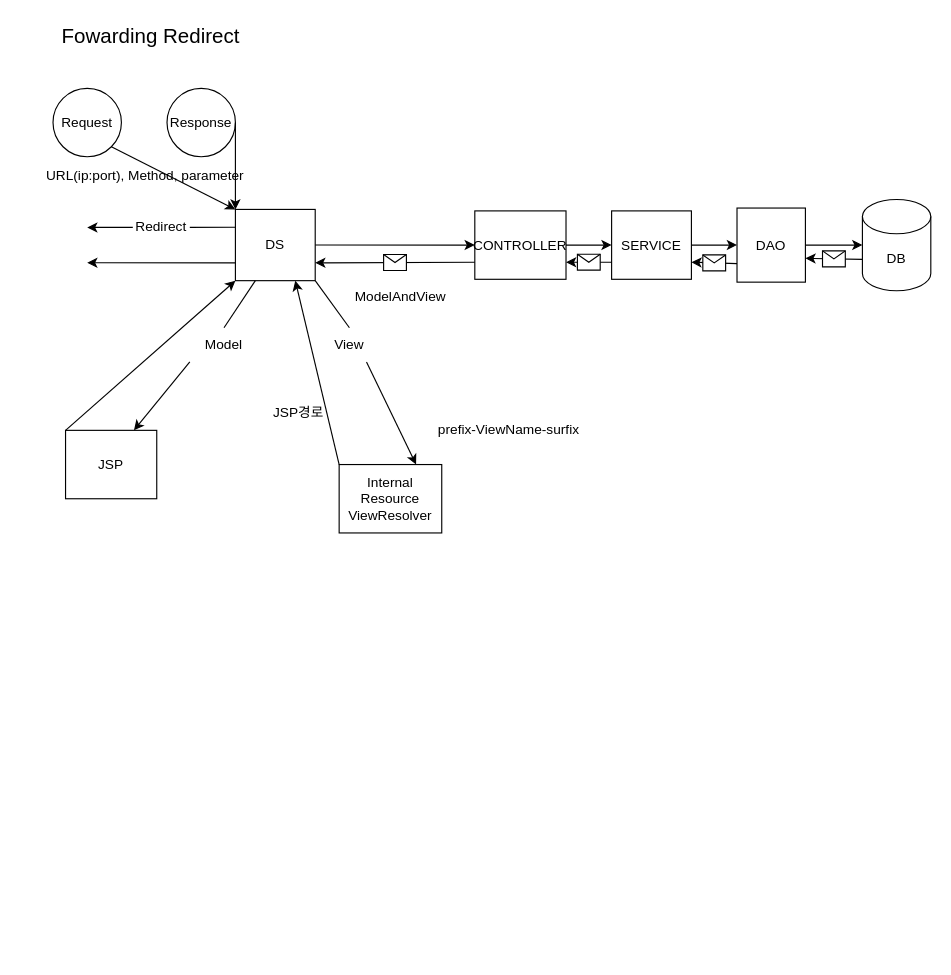
This is page "페이지-1" (1 of 3) of Diagram.drawio from ejfhfhap/GDJ60_Spring, a draw.io file, before an edit. Source tidied: cells renumbered, new cells numbered last; positions are measured from the earlier drawing's top-left corner, leaving out a move shared by most shapes. Both pictures are drawn from the tidied source at 114%, with x=0, y=0 at pixel (19, 19).
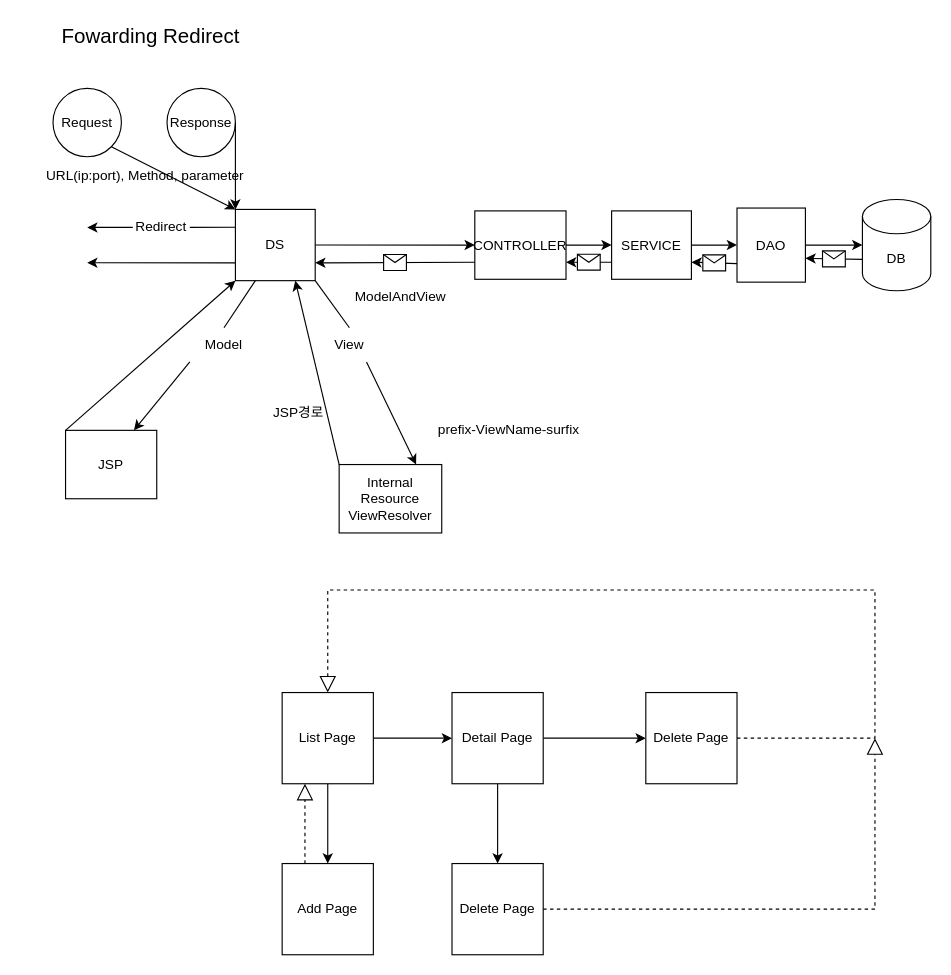
The same page after the edit.

Change to the diagram source:
```diff
@@
+    <mxCell id="42" style="edgeStyle=orthogonalEdgeStyle;rounded=0;jettySize=auto;html=1;" parent="1" edge="1" source="44" target="48">
+      <mxGeometry relative="1" as="geometry" />
+    </mxCell>
+    <mxCell id="43" style="edgeStyle=orthogonalEdgeStyle;rounded=0;jettySize=auto;html=1;" parent="1" edge="1" source="44" target="47">
+      <mxGeometry relative="1" as="geometry" />
+    </mxCell>
+    <mxCell id="44" value="List Page" style="whiteSpace=wrap;html=1;" parent="1" vertex="1">
+      <mxGeometry x="230" y="590" width="80" height="80" as="geometry" />
+    </mxCell>
+    <mxCell id="45" style="edgeStyle=orthogonalEdgeStyle;rounded=0;jettySize=auto;html=1;" parent="1" edge="1" source="47" target="49">
+      <mxGeometry relative="1" as="geometry" />
+    </mxCell>
+    <mxCell id="46" style="edgeStyle=orthogonalEdgeStyle;rounded=0;jettySize=auto;html=1;" parent="1" edge="1" source="47" target="52">
+      <mxGeometry relative="1" as="geometry" />
+    </mxCell>
+    <mxCell id="47" value="Detail Page" style="whiteSpace=wrap;html=1;" parent="1" vertex="1">
+      <mxGeometry x="379" y="590" width="80" height="80" as="geometry" />
+    </mxCell>
+    <mxCell id="48" value="Add Page" style="whiteSpace=wrap;html=1;" parent="1" vertex="1">
+      <mxGeometry x="230" y="740" width="80" height="80" as="geometry" />
+    </mxCell>
+    <mxCell id="49" value="Delete Page" style="whiteSpace=wrap;html=1;" parent="1" vertex="1">
+      <mxGeometry x="549" y="590" width="80" height="80" as="geometry" />
+    </mxCell>
+    <mxCell id="50" style="endArrow=block;dashed=1;endFill=0;endSize=12;html=1;rounded=0;exitX=0.25;exitY=0;exitDx=0;exitDy=0;entryX=0.25;entryY=1;entryDx=0;entryDy=0;" parent="1" edge="1" source="48" target="44">
+      <mxGeometry relative="1" as="geometry" />
+    </mxCell>
+    <mxCell id="51" style="endArrow=block;dashed=1;endFill=0;endSize=12;html=1;rounded=0;exitX=1;exitY=0.5;exitDx=0;exitDy=0;entryX=0.5;entryY=0;entryDx=0;entryDy=0;" parent="1" edge="1" source="49" target="44">
+      <mxGeometry relative="1" as="geometry">
+        <Array as="points">
+          <mxPoint x="750" y="630" />
+          <mxPoint x="750" y="500" />
+          <mxPoint x="270" y="500" />
+        </Array>
+      </mxGeometry>
+    </mxCell>
+    <mxCell id="52" value="Delete Page" style="whiteSpace=wrap;html=1;" parent="1" vertex="1">
+      <mxGeometry x="379" y="740" width="80" height="80" as="geometry" />
+    </mxCell>
+    <mxCell id="53" style="endArrow=block;dashed=1;endFill=0;endSize=12;html=1;rounded=0;exitX=1;exitY=0.5;exitDx=0;exitDy=0;" parent="1" edge="1" source="52">
+      <mxGeometry relative="1" as="geometry">
+        <mxPoint x="750" y="630" as="targetPoint" />
+        <Array as="points">
+          <mxPoint x="750" y="780" />
+        </Array>
+      </mxGeometry>
+    </mxCell>
```
